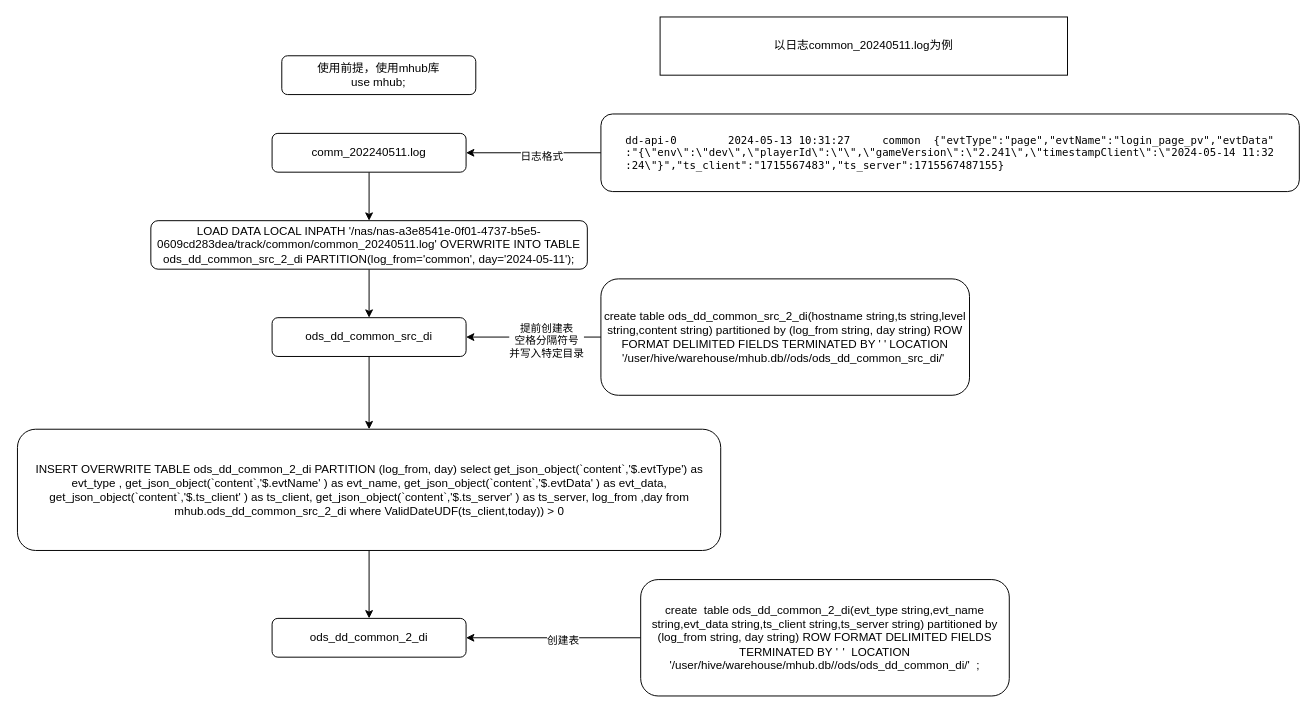
Before: 掼蛋数据开发日志表流转流程.drawio in dfqxyfy/image, a draw.io diagram. Source tidied: cells renumbered, new cells numbered last; positions are measured from the earlier drawing's top-left corner, leaving out a move shared by most shapes. Both pictures are drawn from the tidied source at 97%, with x=0, y=0 at pixel (17, 16).
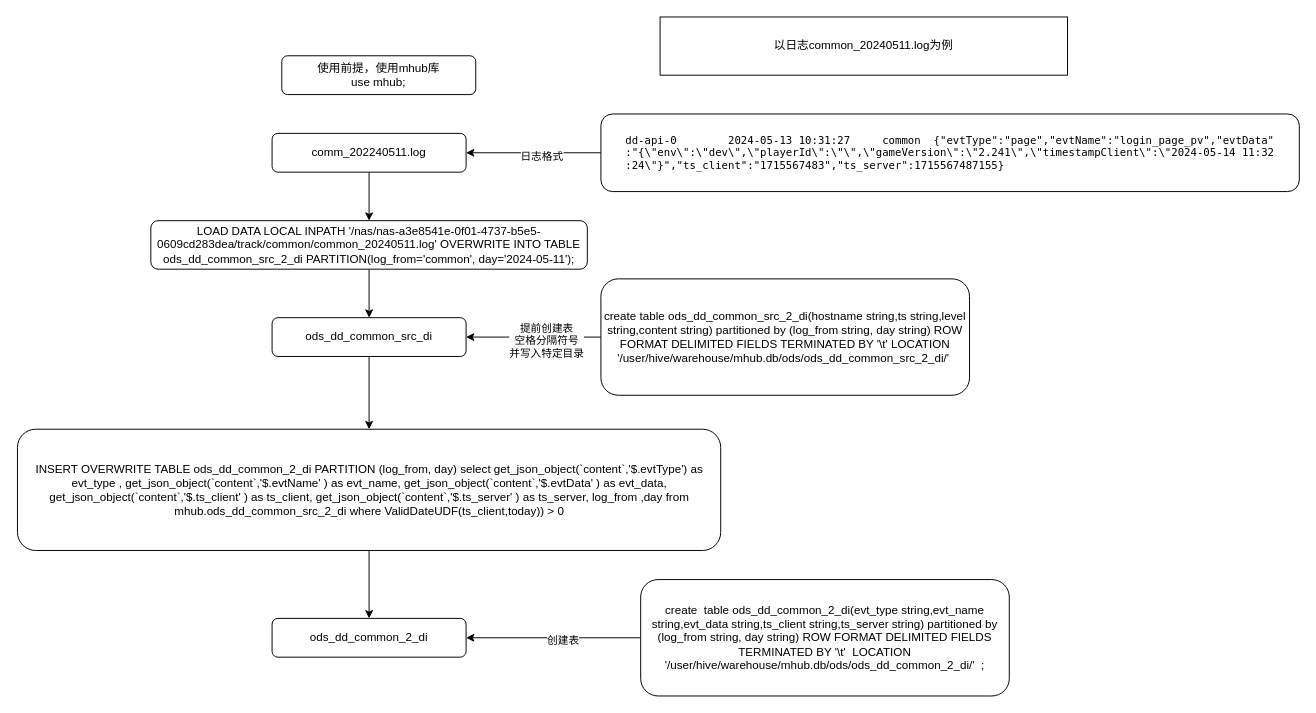
Above is the later version.

Commit message (it also covers changes not shown here):
更新掼蛋数据开发日志表流转流程.drawio

Change to the diagram source:
```diff
@@
-    <mxCell id="9" value="&lt;div class=&quot;lake-content&quot;&gt;&lt;div class=&quot;lake-content&quot;&gt;&lt;span class=&quot;ne-text&quot;&gt;create  table ods_dd_common_src_2_di(hostname string,ts string,level string,content string) partitioned by (log_from string, day string) ROW FORMAT DELIMITED FIELDS TERMINATED BY '&#9;'  LOCATION '/user/hive/warehouse/mhub.db//ods/ods_dd_common_src_di/'&amp;nbsp;&lt;/span&gt;&lt;/div&gt;&lt;/div&gt;" style="rounded=1;whiteSpace=wrap;html=1;" parent="1" vertex="1">
+    <mxCell id="9" value="&lt;div class=&quot;lake-content&quot;&gt;&lt;div class=&quot;lake-content&quot;&gt;&lt;span class=&quot;ne-text&quot;&gt;create  table ods_dd_common_src_2_di(hostname string,ts string,level string,content string) partitioned by (log_from string, day string) ROW FORMAT DELIMITED FIELDS TERMINATED BY '\t'  LOCATION '/user/hive/warehouse/mhub.db/ods/ods_dd_common_src_2_di/'&amp;nbsp;&lt;/span&gt;&lt;/div&gt;&lt;/div&gt;" style="rounded=1;whiteSpace=wrap;html=1;" parent="1" vertex="1">
       <mxGeometry x="601" y="270" width="380" height="120" as="geometry" />
     </mxCell>
@@
-    <mxCell id="17" value="&lt;div class=&quot;lake-content&quot;&gt;&lt;div class=&quot;lake-content&quot;&gt;create&amp;nbsp; table ods_dd_common_2_di(evt_type string,evt_name string,evt_data string,ts_client string,ts_server string) partitioned by (log_from string, day string) ROW FORMAT DELIMITED FIELDS TERMINATED BY '&lt;span style=&quot;white-space:pre&quot;&gt;&#9;&lt;/span&gt;'&amp;nbsp; LOCATION '/user/hive/warehouse/mhub.db//ods/ods_dd_common_di/'&amp;nbsp; ;&lt;br&gt;&lt;/div&gt;&lt;/div&gt;" style="rounded=1;whiteSpace=wrap;html=1;" parent="1" vertex="1">
+    <mxCell id="17" value="&lt;div class=&quot;lake-content&quot;&gt;&lt;div class=&quot;lake-content&quot;&gt;create&amp;nbsp; table ods_dd_common_2_di(evt_type string,evt_name string,evt_data string,ts_client string,ts_server string) partitioned by (log_from string, day string) ROW FORMAT DELIMITED FIELDS TERMINATED BY '\t'&amp;nbsp; LOCATION '/user/hive/warehouse/mhub.db/ods/ods_dd_common_2_di/'&amp;nbsp; ;&lt;br&gt;&lt;/div&gt;&lt;/div&gt;" style="rounded=1;whiteSpace=wrap;html=1;" parent="1" vertex="1">
       <mxGeometry x="642" y="580" width="380" height="120" as="geometry" />
     </mxCell>
```
